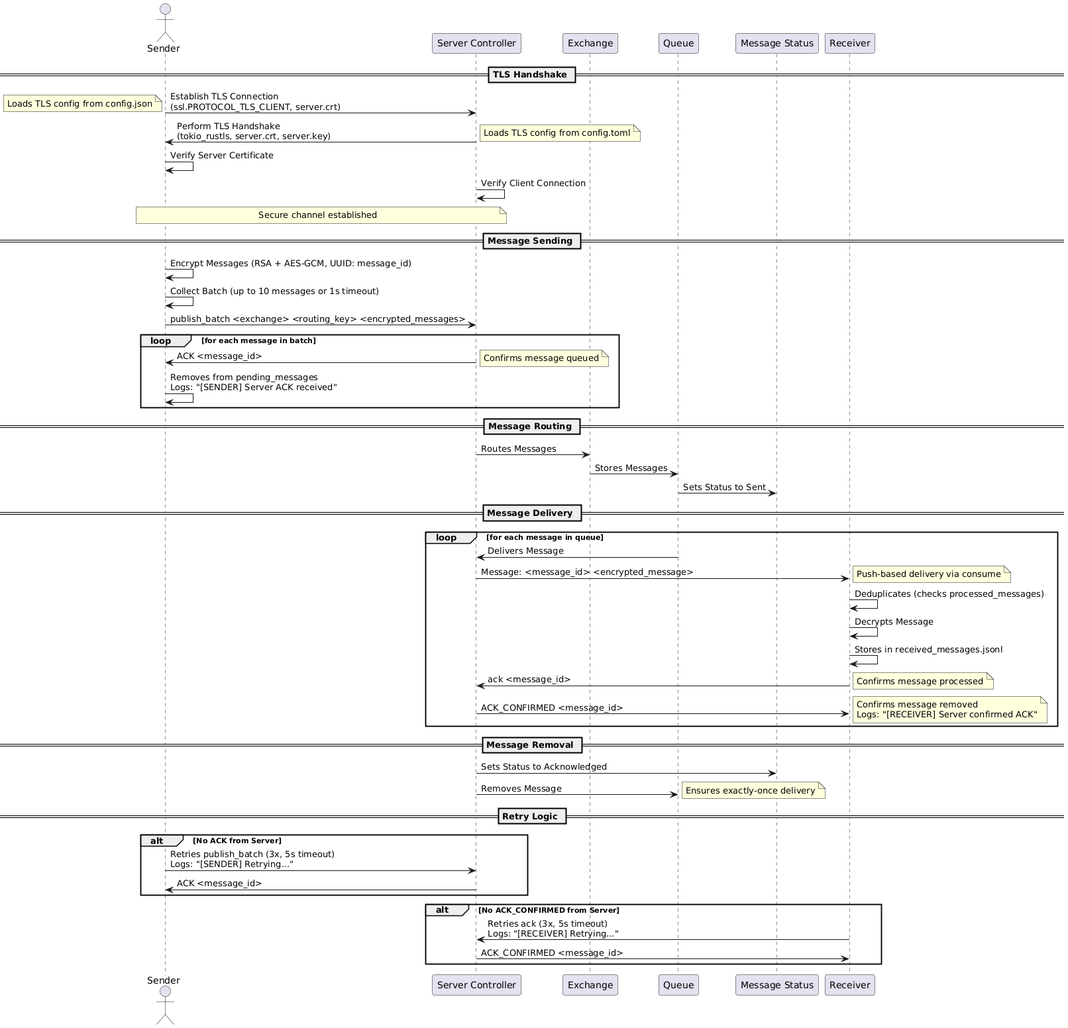
CipherSecurityLab/CipherMQ keeps this PlantUML diagram as docs/diagrams/Sequence_diagram.png. Above is the earlier version.
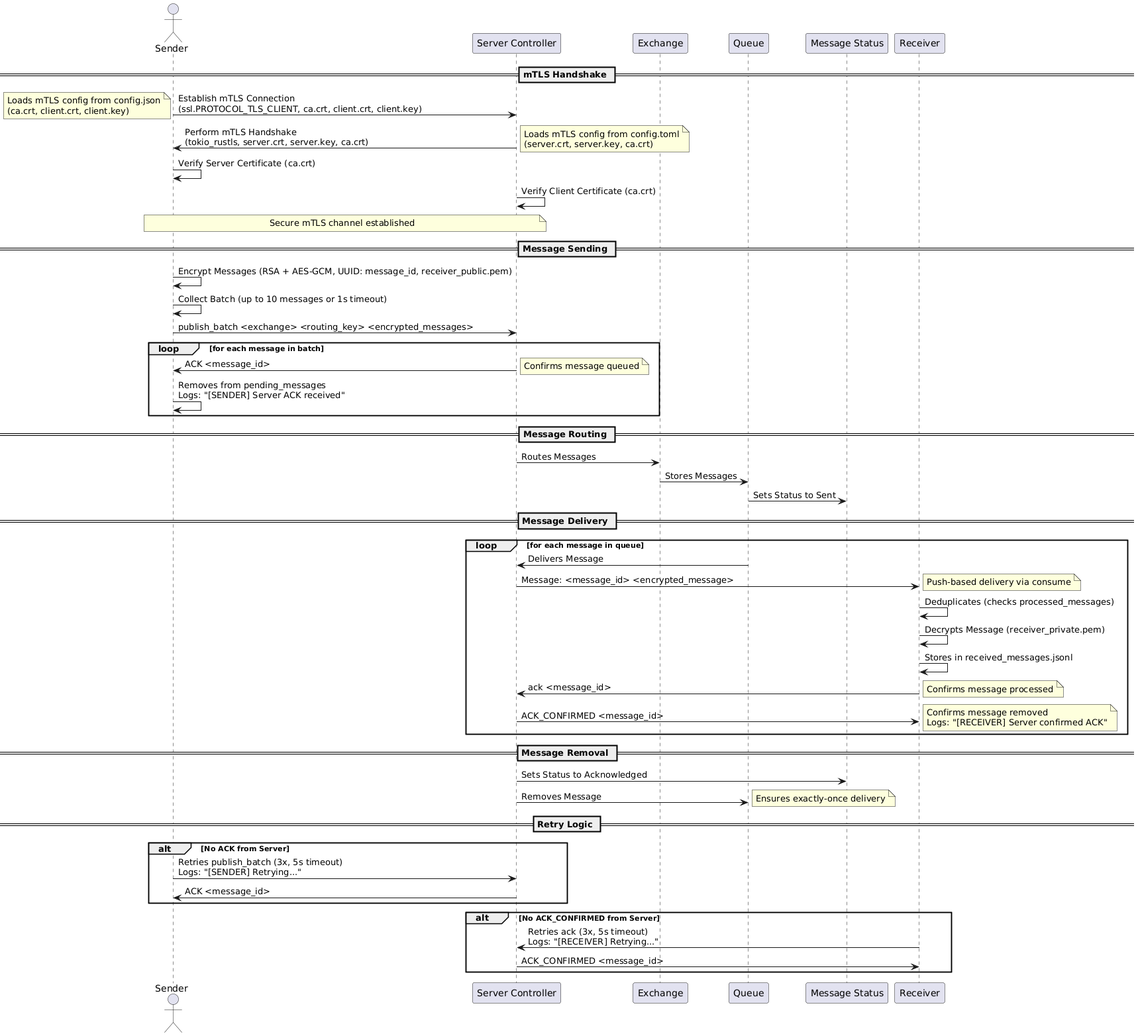
The same diagram one commit later.

Change to the diagram source:
```diff
@@ -6,17 +6,17 @@
 participant "Message Status" as Status
 participant Receiver
 
-== TLS Handshake ==
-Sender -> Server: Establish TLS Connection\n(ssl.PROTOCOL_TLS_CLIENT, server.crt)
-note left: Loads TLS config from config.json
-Server -> Sender: Perform TLS Handshake\n(tokio_rustls, server.crt, server.key)
-note right: Loads TLS config from config.toml
-Sender -> Sender: Verify Server Certificate
-Server -> Server: Verify Client Connection
-note over Sender, Server: Secure channel established
+== mTLS Handshake ==
+Sender -> Server: Establish mTLS Connection\n(ssl.PROTOCOL_TLS_CLIENT, ca.crt, client.crt, client.key)
+note left: Loads mTLS config from config.json\n(ca.crt, client.crt, client.key)
+Server -> Sender: Perform mTLS Handshake\n(tokio_rustls, server.crt, server.key, ca.crt)
+note right: Loads mTLS config from config.toml\n(server.crt, server.key, ca.crt)
+Sender -> Sender: Verify Server Certificate (ca.crt)
+Server -> Server: Verify Client Certificate (ca.crt)
+note over Sender, Server: Secure mTLS channel established
 
 == Message Sending ==
-Sender -> Sender: Encrypt Messages (RSA + AES-GCM, UUID: message_id)
+Sender -> Sender: Encrypt Messages (RSA + AES-GCM, UUID: message_id, receiver_public.pem)
 Sender -> Sender: Collect Batch (up to 10 messages or 1s timeout)
 Sender -> Server: publish_batch <exchange> <routing_key> <encrypted_messages>
 loop for each message in batch
@@ -36,7 +36,7 @@
     Server -> Receiver: Message: <message_id> <encrypted_message>
     note right: Push-based delivery via consume
     Receiver -> Receiver: Deduplicates (checks processed_messages)
-    Receiver -> Receiver: Decrypts Message
+    Receiver -> Receiver: Decrypts Message (receiver_private.pem)
     Receiver -> Receiver: Stores in received_messages.jsonl
     Receiver -> Server: ack <message_id>
     note right: Confirms message processed
```
